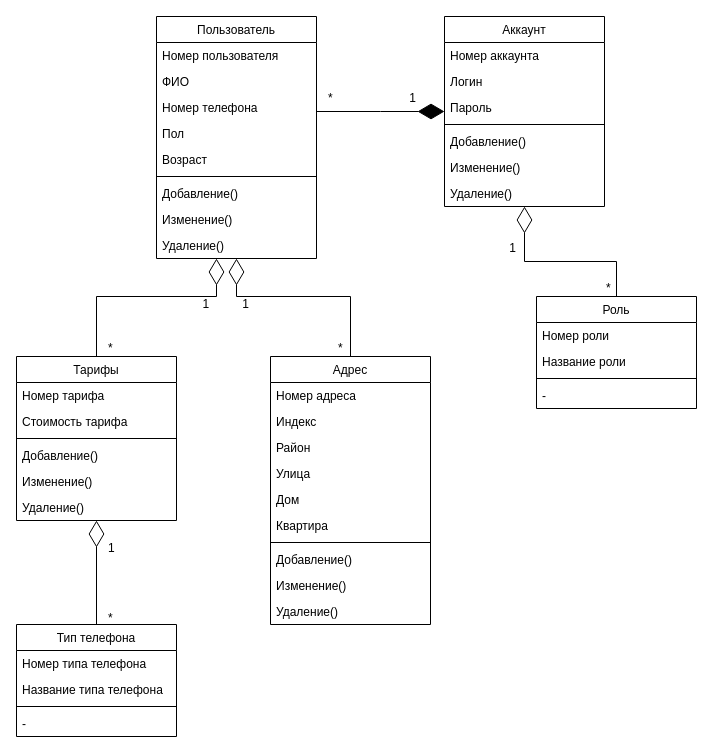
Before: Untitled Diagram.drawio in petrou13/Practice, a draw.io diagram. Source tidied: cells renumbered, new cells numbered last; positions are measured from the earlier drawing's top-left corner, leaving out a move shared by most shapes. Both pictures are drawn from the tidied source at 100%, with x=0, y=0 at pixel (16, 16).
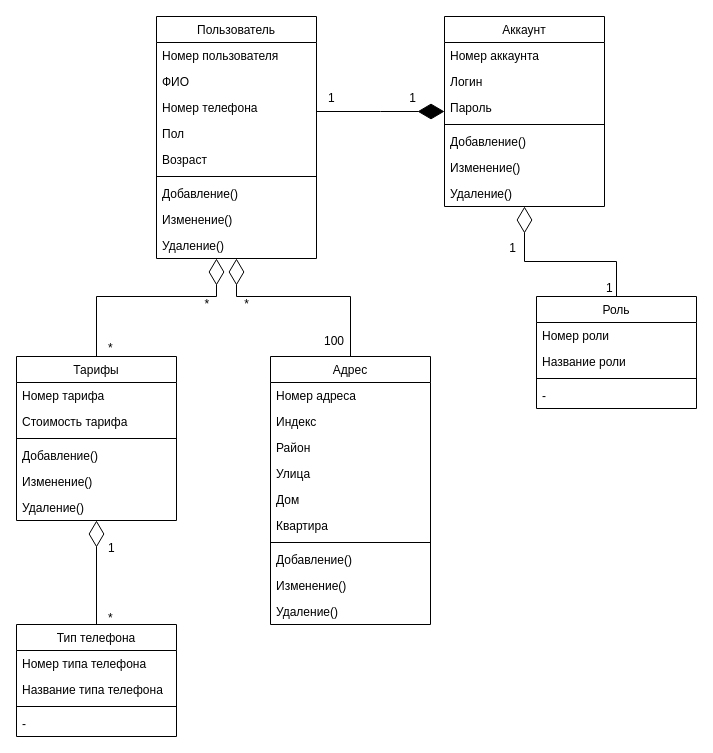
The same page after the edit.

Change to the diagram source:
```diff
@@
-    <mxCell id="55" value="1" style="align=right;verticalAlign=bottom;labelBackgroundColor=none;fontSize=12;" parent="1" vertex="1">
+    <mxCell id="55" value="*" style="align=right;verticalAlign=bottom;labelBackgroundColor=none;fontSize=12;" parent="1" vertex="1">
       <mxGeometry x="100.1" y="540.5" as="geometry">
         <mxPoint x="94" y="-245" as="offset" />
       </mxGeometry>
     </mxCell>
@@
-    <mxCell id="58" value="*" style="align=left;verticalAlign=bottom;labelBackgroundColor=none;fontSize=12;" parent="1" vertex="1">
-      <mxGeometry x="320" y="340" as="geometry" />
+    <mxCell id="58" value="100" style="align=left;verticalAlign=bottom;labelBackgroundColor=none;fontSize=12;" parent="1" vertex="1">
+      <mxGeometry x="310" y="320" as="geometry">
+        <mxPoint x="-4" y="13" as="offset" />
+      </mxGeometry>
     </mxCell>
-    <mxCell id="59" value="1" style="align=right;verticalAlign=bottom;labelBackgroundColor=none;fontSize=12;" parent="1" vertex="1">
+    <mxCell id="59" value="*" style="align=right;verticalAlign=bottom;labelBackgroundColor=none;fontSize=12;" parent="1" vertex="1">
       <mxGeometry x="140" y="540.5" as="geometry">
         <mxPoint x="94" y="-245" as="offset" />
       </mxGeometry>
     </mxCell>
-    <mxCell id="60" value="*" style="align=left;verticalAlign=bottom;labelBackgroundColor=none;fontSize=12;" parent="1" vertex="1">
+    <mxCell id="60" value="1" style="align=left;verticalAlign=bottom;labelBackgroundColor=none;fontSize=12;" parent="1" vertex="1">
       <mxGeometry x="310" y="90" as="geometry" />
     </mxCell>
@@
-    <mxCell id="62" value="*" style="align=left;verticalAlign=bottom;labelBackgroundColor=none;fontSize=12;" parent="1" vertex="1">
+    <mxCell id="62" value="1" style="align=left;verticalAlign=bottom;labelBackgroundColor=none;fontSize=12;" parent="1" vertex="1">
       <mxGeometry x="588" y="280" as="geometry" />
     </mxCell>
```
